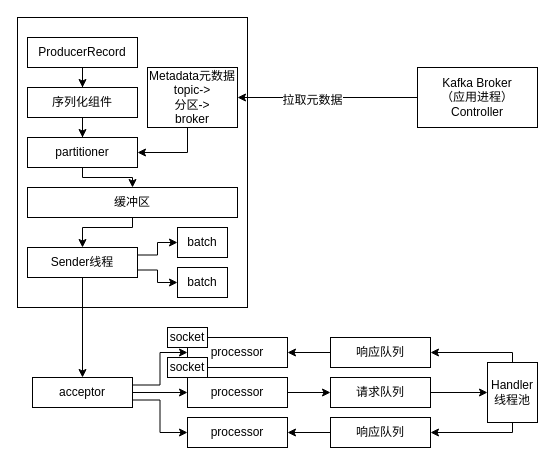
Before: Kafka/01_Kafka原理.drawio in chenshuai1995/a-imgs, a draw.io diagram. Source tidied: cells renumbered, new cells numbered last; positions are measured from the earlier drawing's top-left corner, leaving out a move shared by most shapes. Both pictures are drawn from the tidied source at 100%, with x=0, y=0 at pixel (17, 17).
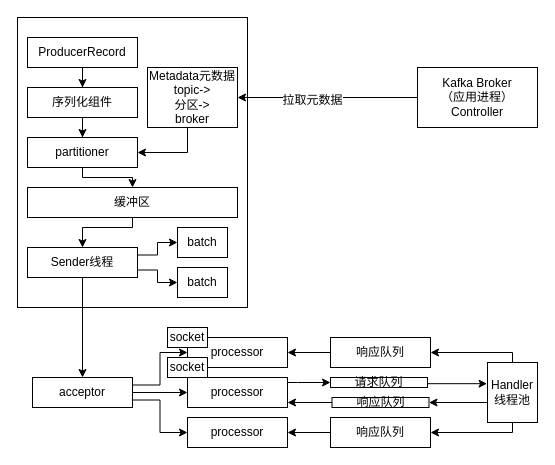
The same diagram, later.

Unchanged cells that the change refers to:
```xml
<mxCell id="28" value="processor" style="rounded=0;whiteSpace=wrap;html=1;" parent="1" vertex="1">
  <mxGeometry x="170" y="360" width="100" height="30" as="geometry" />
</mxCell>
<mxCell id="36" value="Handler线程池" style="rounded=0;whiteSpace=wrap;html=1;" parent="1" vertex="1">
  <mxGeometry x="470" y="345" width="50" height="60" as="geometry" />
</mxCell>
```

Change to the diagram source:
```diff
@@
     <mxCell id="27" style="edgeStyle=orthogonalEdgeStyle;rounded=0;jettySize=auto;html=1;entryX=0;entryY=0.5;entryDx=0;entryDy=0;" parent="1" edge="1" source="28" target="33">
-      <mxGeometry relative="1" as="geometry" />
+      <mxGeometry relative="1" as="geometry">
+        <Array as="points">
+          <mxPoint x="280" y="365" />
+          <mxPoint x="280" y="365" />
+        </Array>
+      </mxGeometry>
     </mxCell>
@@
-    <mxCell id="32" style="edgeStyle=orthogonalEdgeStyle;rounded=0;jettySize=auto;html=1;entryX=0;entryY=0.5;entryDx=0;entryDy=0;" parent="1" edge="1" source="33" target="36">
-      <mxGeometry relative="1" as="geometry" />
+    <mxCell id="32" style="edgeStyle=orthogonalEdgeStyle;rounded=0;jettySize=auto;html=1;entryX=-0.009;entryY=0.353;entryDx=0;entryDy=0;entryPerimeter=0;" parent="1" edge="1" source="33" target="36">
+      <mxGeometry relative="1" as="geometry">
+        <Array as="points">
+          <mxPoint x="470" y="366" />
+        </Array>
+      </mxGeometry>
     </mxCell>
     <mxCell id="33" value="请求队列" style="rounded=0;whiteSpace=wrap;html=1;" parent="1" vertex="1">
-      <mxGeometry x="313" y="360" width="100" height="30" as="geometry" />
+      <mxGeometry x="313" y="360" width="97" height="10" as="geometry" />
     </mxCell>
@@
+    <mxCell id="41" style="edgeStyle=orthogonalEdgeStyle;rounded=0;jettySize=auto;html=1;exitX=0;exitY=0.75;exitDx=0;exitDy=0;entryX=1;entryY=0.5;entryDx=0;entryDy=0;" parent="1" edge="1" source="36" target="43">
+      <mxGeometry relative="1" as="geometry">
+        <Array as="points">
+          <mxPoint x="470" y="385" />
+        </Array>
+      </mxGeometry>
+    </mxCell>
@@
+    <mxCell id="42" style="edgeStyle=orthogonalEdgeStyle;rounded=0;jettySize=auto;html=1;entryX=1;entryY=0.833;entryDx=0;entryDy=0;entryPerimeter=0;" parent="1" edge="1" source="43" target="28">
+      <mxGeometry relative="1" as="geometry" />
+    </mxCell>
+    <mxCell id="43" value="响应队列" style="rounded=0;whiteSpace=wrap;html=1;" parent="1" vertex="1">
+      <mxGeometry x="314.5" y="380" width="97" height="10" as="geometry" />
+    </mxCell>
```
